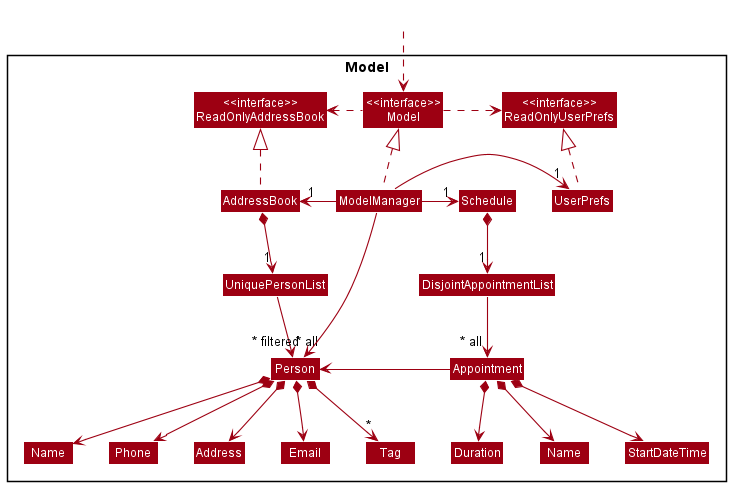
Earlier version of the PlantUML export docs/images/ModelClassDiagram.png (nus-cs2103-AY2122S2/tp).
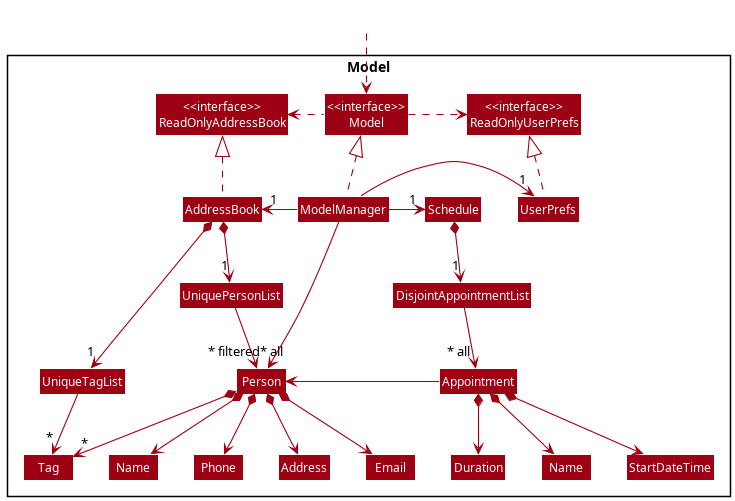
After the change.

Commit message:
Amend Model class diagram to include Tag management

Diff of the diagram source:
```diff
@@ -26,6 +26,8 @@
 Class " Name "
 Class StartDateTime
 Class Duration
+
+Class UniqueTagList
 }
 
 Class HiddenOutside #FFFFFF
@@ -42,7 +44,9 @@
 UserPrefs .up.|> ReadOnlyUserPrefs
 
 AddressBook *--> "1" UniquePersonList
+AddressBook *--> "1" UniqueTagList
 UniquePersonList --> "~* all" Person
+UniqueTagList --> "~*" Tag
 Person *--> Name
 Person *--> Phone
 Person *--> Email
```
